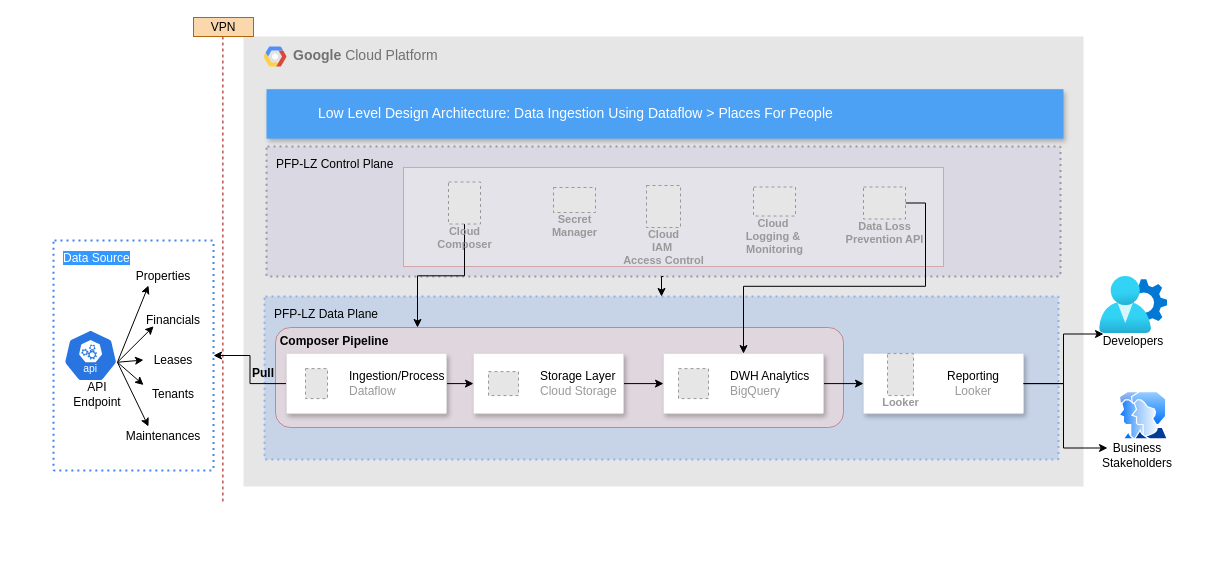
The draw.io diagram PFP-Sample/PFP-LLD-Approach1.drawio in harshaldharme/ProjectSpaces, before the edit. Source tidied: cells renumbered, new cells numbered last; positions are measured from the earlier drawing's top-left corner, leaving out a move shared by most shapes. Both pictures are drawn from the tidied source at 100%, with x=0, y=0 at pixel (53, 17). Pictures stored in the file or linked from it are replaced by grey dashed boxes.
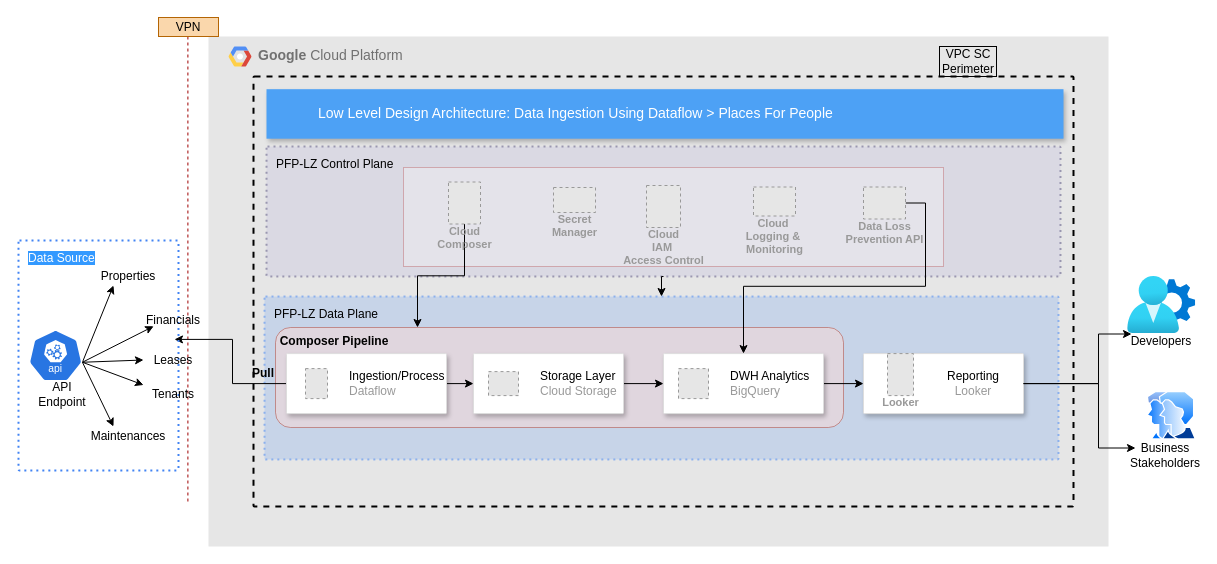
The same page after the edit.

Unchanged cells that the change refers to:
```xml
<mxCell id="20" style="strokeColor=#dddddd;shadow=1;strokeWidth=1;rounded=1;absoluteArcSize=1;arcSize=2;" parent="1" vertex="1">
  <mxGeometry x="233" y="336.1" width="160" height="60" as="geometry" />
</mxCell>
<mxCell id="35" style="strokeColor=#dddddd;shadow=1;strokeWidth=1;rounded=1;absoluteArcSize=1;arcSize=2;" parent="34" vertex="1">
  <mxGeometry width="160" height="60" as="geometry" />
</mxCell>
<mxCell id="43" value="&lt;font style=&quot;background-color: rgb(51, 153, 255);&quot; color=&quot;#ffffff&quot;&gt;Data Source&lt;/font&gt;" style="rounded=1;absoluteArcSize=1;arcSize=2;html=1;strokeColor=#4284F3;gradientColor=none;shadow=0;dashed=1;fontSize=12;fontColor=#9E9E9E;align=left;verticalAlign=top;spacing=10;spacingTop=-4;fillColor=none;dashPattern=1 2;strokeWidth=2;" parent="42" vertex="1">
  <mxGeometry width="160" height="230" as="geometry" />
</mxCell>
```

What changed in the source:
```diff
@@
     <mxCell id="2" value="&lt;b&gt;Google &lt;/b&gt;Cloud Platform" style="fillColor=#E6E6E6;strokeColor=none;shadow=0;gradientColor=none;fontSize=14;align=left;spacing=10;fontColor=#717171;9E9E9E;verticalAlign=top;spacingTop=-4;fontStyle=0;spacingLeft=40;html=1;" parent="1" vertex="1">
-      <mxGeometry x="190" y="19" width="840" height="450" as="geometry" />
+      <mxGeometry x="155" y="19" width="900" height="510" as="geometry" />
     </mxCell>
@@
     <mxCell id="4" style="group;" parent="1" vertex="1">
-      <mxGeometry x="140" width="842" height="484" as="geometry" />
+      <mxGeometry x="105" width="880" height="484" as="geometry" />
     </mxCell>
     <mxCell id="5" style="rounded=1;whiteSpace=wrap;html=1;opacity=50;fillColor=#fad9d5;strokeColor=#ae4132;" parent="4" vertex="1">
-      <mxGeometry x="82" y="310" width="568" height="100" as="geometry" />
+      <mxGeometry x="117" y="310" width="568" height="100" as="geometry" />
     </mxCell>
@@
     <mxCell id="8" value="Pull" style="text;html=1;align=center;verticalAlign=middle;whiteSpace=wrap;rounded=0;fontStyle=1;" parent="4" vertex="1">
-      <mxGeometry x="40" y="341" width="60" height="30" as="geometry" />
+      <mxGeometry x="75" y="341" width="60" height="30" as="geometry" />
     </mxCell>
     <mxCell id="9" value="&lt;b&gt;Composer Pipeline&lt;/b&gt;" style="text;html=1;align=center;verticalAlign=middle;whiteSpace=wrap;rounded=0;" parent="4" vertex="1">
-      <mxGeometry x="82" y="309" width="118" height="30" as="geometry" />
+      <mxGeometry x="117" y="309" width="118" height="30" as="geometry" />
     </mxCell>
+    <mxCell id="56" value="VPC SC Perimeter" style="text;html=1;align=center;verticalAlign=middle;whiteSpace=wrap;rounded=0;fontFamily=Helvetica;fontSize=12;fontColor=default;labelBorderColor=#000000;" parent="4" vertex="1">
+      <mxGeometry x="780" y="29" width="60" height="30" as="geometry" />
+    </mxCell>
@@
-    <mxCell id="12" style="edgeStyle=orthogonalEdgeStyle;rounded=0;jettySize=auto;html=1;exitX=1;exitY=0.5;exitDx=0;exitDy=0;entryX=0;entryY=0.5;entryDx=0;entryDy=0;startArrow=classic;startFill=1;endArrow=none;endFill=0;" parent="1" edge="1" source="43" target="20">
+    <mxCell id="12" style="edgeStyle=orthogonalEdgeStyle;rounded=0;jettySize=auto;html=1;exitX=0.975;exitY=0.43;exitDx=0;exitDy=0;entryX=0;entryY=0.5;entryDx=0;entryDy=0;startArrow=classic;startFill=1;endArrow=none;endFill=0;exitPerimeter=0;" parent="1" edge="1" source="43" target="20">
       <mxGeometry relative="1" as="geometry" />
     </mxCell>
@@
     <mxCell id="14" style="shape=mxgraph.gcp2.google_cloud_platform;fillColor=#F6F6F6;strokeColor=none;shadow=0;gradientColor=none;" parent="1" vertex="1">
-      <mxGeometry x="210" y="29" width="23" height="20" as="geometry">
+      <mxGeometry x="175" y="29" width="23" height="20" as="geometry">
         <mxPoint x="20" y="10" as="offset" />
       </mxGeometry>
     </mxCell>
@@
     <mxCell id="29" style="image;perimeter=ellipsePerimeter;html=1;align=center;shadow=0;dashed=0;spacingTop=3;image=img/lib/active_directory/user_accounts.svg;flipV=0;flipH=1;" parent="1" vertex="1">
-      <mxGeometry x="1064.2" y="374" width="50" height="48.5" as="geometry" />
+      <mxGeometry x="1092.2" y="374" width="50" height="48.5" as="geometry" />
     </mxCell>
     <mxCell id="30" value="Business&lt;div&gt;Stakeholders&lt;/div&gt;" style="text;html=1;align=center;verticalAlign=middle;whiteSpace=wrap;rounded=0;" parent="1" vertex="1">
-      <mxGeometry x="1054" y="423" width="60" height="30" as="geometry" />
+      <mxGeometry x="1082" y="423" width="60" height="30" as="geometry" />
     </mxCell>
     <mxCell id="31" style="image;html=1;align=center;fontSize=12;image=img/lib/azure2/identity/User_Settings.svg;" parent="1" vertex="1">
-      <mxGeometry x="1046.2" y="259" width="68" height="56.9" as="geometry" />
+      <mxGeometry x="1074.2" y="259" width="68" height="56.9" as="geometry" />
     </mxCell>
     <mxCell id="32" value="Developers" style="text;html=1;align=center;verticalAlign=middle;whiteSpace=wrap;rounded=0;" parent="1" vertex="1">
-      <mxGeometry x="1050" y="309" width="60" height="30" as="geometry" />
+      <mxGeometry x="1078" y="309" width="60" height="30" as="geometry" />
     </mxCell>
@@
     <mxCell id="40" style="edgeStyle=orthogonalEdgeStyle;rounded=0;jettySize=auto;html=1;exitX=1;exitY=0.5;exitDx=0;exitDy=0;entryX=0;entryY=0.25;entryDx=0;entryDy=0;" parent="1" edge="1" source="35" target="32">
       <mxGeometry relative="1" as="geometry">
         <Array as="points">
-          <mxPoint x="1010" y="366" />
-          <mxPoint x="1010" y="317" />
+          <mxPoint x="1045" y="366" />
+          <mxPoint x="1045" y="317" />
         </Array>
       </mxGeometry>
     </mxCell>
     <mxCell id="41" style="edgeStyle=orthogonalEdgeStyle;rounded=0;jettySize=auto;html=1;exitX=1;exitY=0.5;exitDx=0;exitDy=0;entryX=0;entryY=0.25;entryDx=0;entryDy=0;" parent="1" edge="1" source="35" target="30">
       <mxGeometry relative="1" as="geometry">
         <Array as="points">
-          <mxPoint x="1010" y="366" />
-          <mxPoint x="1010" y="431" />
+          <mxPoint x="1045" y="366" />
+          <mxPoint x="1045" y="431" />
         </Array>
       </mxGeometry>
     </mxCell>
     <mxCell id="42" style="group;" parent="1" vertex="1">
-      <mxGeometry y="223" width="160" height="230" as="geometry" />
+      <mxGeometry x="-35" y="223" width="160" height="230" as="geometry" />
     </mxCell>
@@
     <mxCell id="50" value="Financials" style="text;html=1;align=center;verticalAlign=middle;whiteSpace=wrap;rounded=0;" parent="42" vertex="1">
-      <mxGeometry x="90" y="70" width="60" height="19" as="geometry" />
+      <mxGeometry x="125" y="70" width="60" height="19" as="geometry" />
     </mxCell>
     <mxCell id="51" value="Leases" style="text;html=1;align=center;verticalAlign=middle;whiteSpace=wrap;rounded=0;" parent="42" vertex="1">
-      <mxGeometry x="90" y="110" width="60" height="19" as="geometry" />
+      <mxGeometry x="125" y="110" width="60" height="19" as="geometry" />
     </mxCell>
     <mxCell id="52" value="Tenants" style="text;html=1;align=center;verticalAlign=middle;whiteSpace=wrap;rounded=0;" parent="42" vertex="1">
-      <mxGeometry x="90" y="144.5" width="60" height="19" as="geometry" />
+      <mxGeometry x="125" y="144.5" width="60" height="19" as="geometry" />
     </mxCell>
@@
+    <mxCell id="57" style="rounded=1;absoluteArcSize=1;arcSize=2;html=1;strokeColor=#000000;gradientColor=none;shadow=0;dashed=1;fontSize=12;fontColor=#9E9E9E;align=left;verticalAlign=top;spacing=10;spacingTop=-4;fillColor=none;strokeWidth=2;" parent="1" vertex="1">
+      <mxGeometry x="200" y="59" width="820" height="430" as="geometry" />
+    </mxCell>
```
